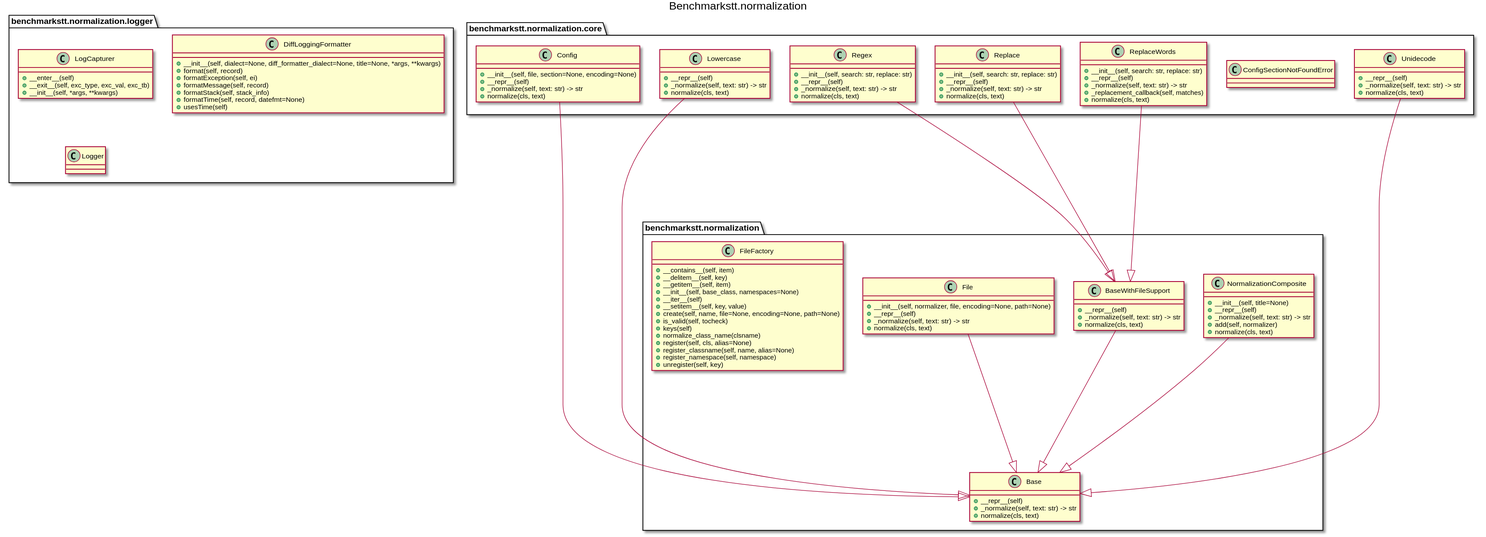
Earlier version of the PlantUML export docs/_static/uml/benchmarkstt.normalization.svg (ebu/benchmarkstt).
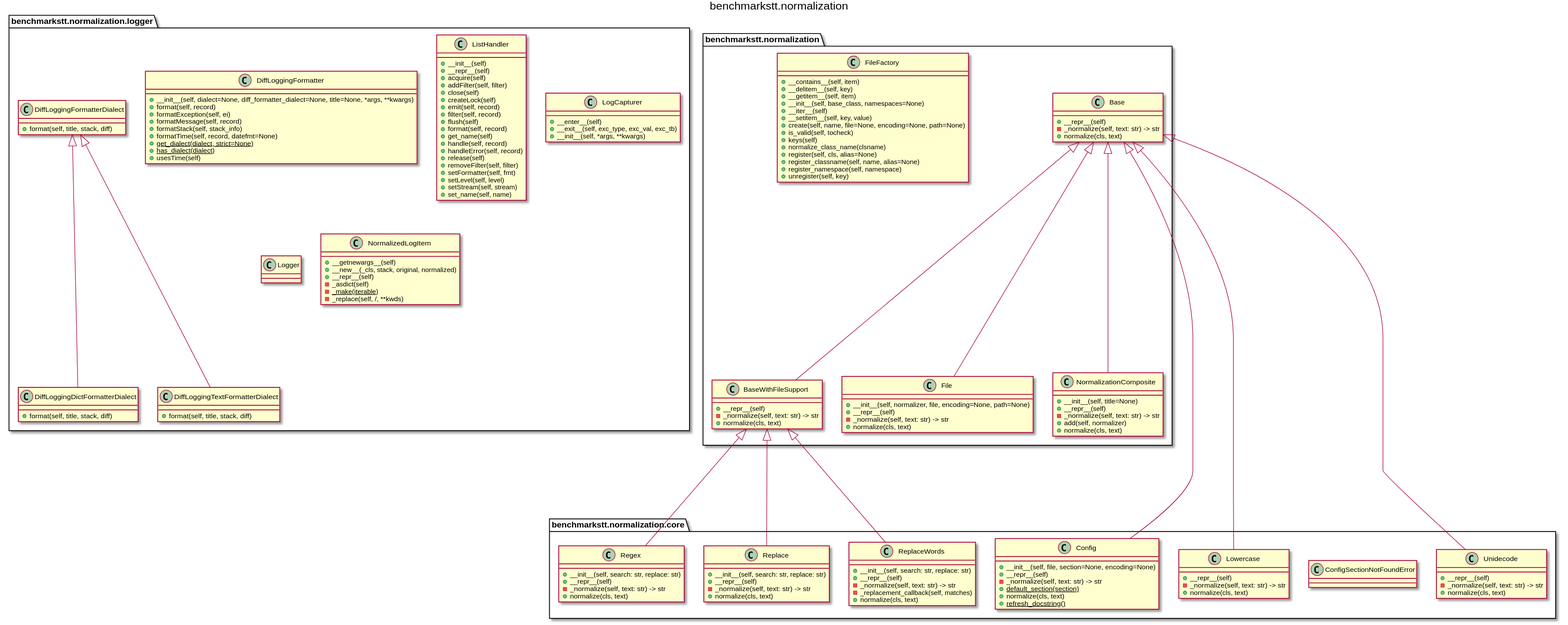
The same diagram one commit later.

Change to the diagram source:
```diff
@@ -1,121 +1,222 @@
 @startuml
-title Benchmarkstt.normalization
+
+title benchmarkstt.normalization
+
+package benchmarkstt.normalization {
+
+	class benchmarkstt.normalization.Base [[https://benchmarkstt.readthedocs.io/en/latest/modules/benchmarkstt.normalization.html#benchmarkstt.normalization.Base]] {
+		+__repr__(self)
+		-_normalize(self, text: str) -> str
+		+normalize(cls, text)
+	}
 
 
-class benchmarkstt.normalization.logger.LogCapturer [[https://benchmarkstt.readthedocs.io/en/latest/modules/benchmarkstt.normalization.logger.html#benchmarkstt.normalization.logger.LogCapturer]] {
-	+__enter__(self)
-	+__exit__(self, exc_type, exc_val, exc_tb)
-	+__init__(self, *args, **kwargs)
+	class benchmarkstt.normalization.BaseWithFileSupport [[https://benchmarkstt.readthedocs.io/en/latest/modules/benchmarkstt.normalization.html#benchmarkstt.normalization.BaseWithFileSupport]] {
+		+__repr__(self)
+		-_normalize(self, text: str) -> str
+		+normalize(cls, text)
+	}
+
+
+
+	class benchmarkstt.normalization.File [[https://benchmarkstt.readthedocs.io/en/latest/modules/benchmarkstt.normalization.html#benchmarkstt.normalization.File]] {
+		+__init__(self, normalizer, file, encoding=None, path=None)
+		+__repr__(self)
+		-_normalize(self, text: str) -> str
+		+normalize(cls, text)
+	}
+
+
+	class benchmarkstt.normalization.FileFactory [[https://benchmarkstt.readthedocs.io/en/latest/modules/benchmarkstt.normalization.html#benchmarkstt.normalization.FileFactory]] {
+		+__contains__(self, item)
+		+__delitem__(self, key)
+		+__getitem__(self, item)
+		+__init__(self, base_class, namespaces=None)
+		+__iter__(self)
+		+__setitem__(self, key, value)
+		+create(self, name, file=None, encoding=None, path=None)
+		+is_valid(self, tocheck)
+		+keys(self)
+		+normalize_class_name(clsname)
+		+register(self, cls, alias=None)
+		+register_classname(self, name, alias=None)
+		+register_namespace(self, namespace)
+		+unregister(self, key)
+	}
+
+
+	class benchmarkstt.normalization.NormalizationComposite [[https://benchmarkstt.readthedocs.io/en/latest/modules/benchmarkstt.normalization.html#benchmarkstt.normalization.NormalizationComposite]] {
+		+__init__(self, title=None)
+		+__repr__(self)
+		-_normalize(self, text: str) -> str
+		+add(self, normalizer)
+		+normalize(cls, text)
+	}
+
 }
 
-class benchmarkstt.normalization.logger.DiffLoggingFormatter [[https://benchmarkstt.readthedocs.io/en/latest/modules/benchmarkstt.normalization.logger.html#benchmarkstt.normalization.logger.DiffLoggingFormatter]] {
-	+__init__(self, dialect=None, diff_formatter_dialect=None, title=None, *args, **kwargs)
-	+format(self, record)
-	+formatException(self, ei)
-	+formatMessage(self, record)
-	+formatStack(self, stack_info)
-	+formatTime(self, record, datefmt=None)
-	+usesTime(self)
+package benchmarkstt.normalization {
+
+
+
+
+
+
 }
 
-class benchmarkstt.normalization.logger.Logger [[https://benchmarkstt.readthedocs.io/en/latest/modules/benchmarkstt.normalization.logger.html#benchmarkstt.normalization.logger.Logger]] {
+package benchmarkstt.normalization {
+
+
+
+
+
+
 }
 
-class benchmarkstt.normalization.NormalizationComposite [[https://benchmarkstt.readthedocs.io/en/latest/modules/benchmarkstt.normalization.html#benchmarkstt.normalization.NormalizationComposite]] {
-	+__init__(self, title=None)
-	+__repr__(self)
-	+_normalize(self, text: str) -> str
-	+add(self, normalizer)
-	+normalize(cls, text)
+package benchmarkstt.normalization.core {
+
+	class benchmarkstt.normalization.core.Config [[https://benchmarkstt.readthedocs.io/en/latest/modules/benchmarkstt.normalization.core.html#benchmarkstt.normalization.core.Config]] {
+		+__init__(self, file, section=None, encoding=None)
+		+__repr__(self)
+		-_normalize(self, text: str) -> str
+		{static} +default_section(section)
+		+normalize(cls, text)
+		{static} +refresh_docstring()
+	}
+
+
+	class benchmarkstt.normalization.core.ConfigSectionNotFoundError [[https://benchmarkstt.readthedocs.io/en/latest/modules/benchmarkstt.normalization.core.html#benchmarkstt.normalization.core.ConfigSectionNotFoundError]] {
+	}
+
+
+	class benchmarkstt.normalization.core.Lowercase [[https://benchmarkstt.readthedocs.io/en/latest/modules/benchmarkstt.normalization.core.html#benchmarkstt.normalization.core.Lowercase]] {
+		+__repr__(self)
+		-_normalize(self, text: str) -> str
+		+normalize(cls, text)
+	}
+
+
+	class benchmarkstt.normalization.core.Regex [[https://benchmarkstt.readthedocs.io/en/latest/modules/benchmarkstt.normalization.core.html#benchmarkstt.normalization.core.Regex]] {
+		+__init__(self, search: str, replace: str)
+		+__repr__(self)
+		-_normalize(self, text: str) -> str
+		+normalize(cls, text)
+	}
+
+
+	class benchmarkstt.normalization.core.Replace [[https://benchmarkstt.readthedocs.io/en/latest/modules/benchmarkstt.normalization.core.html#benchmarkstt.normalization.core.Replace]] {
+		+__init__(self, search: str, replace: str)
+		+__repr__(self)
+		-_normalize(self, text: str) -> str
+		+normalize(cls, text)
+	}
+
+
+	class benchmarkstt.normalization.core.ReplaceWords [[https://benchmarkstt.readthedocs.io/en/latest/modules/benchmarkstt.normalization.core.html#benchmarkstt.normalization.core.ReplaceWords]] {
+		+__init__(self, search: str, replace: str)
+		+__repr__(self)
+		-_normalize(self, text: str) -> str
+		-_replacement_callback(self, matches)
+		+normalize(cls, text)
+	}
+
+
+	class benchmarkstt.normalization.core.Unidecode [[https://benchmarkstt.readthedocs.io/en/latest/modules/benchmarkstt.normalization.core.html#benchmarkstt.normalization.core.Unidecode]] {
+		+__repr__(self)
+		-_normalize(self, text: str) -> str
+		+normalize(cls, text)
+	}
+
 }
 
-class benchmarkstt.normalization.Base [[https://benchmarkstt.readthedocs.io/en/latest/modules/benchmarkstt.normalization.html#benchmarkstt.normalization.Base]] {
-	+__repr__(self)
-	+_normalize(self, text: str) -> str
-	+normalize(cls, text)
+package benchmarkstt.normalization.logger {
+
+
+	class benchmarkstt.normalization.logger.DiffLoggingDictFormatterDialect [[https://benchmarkstt.readthedocs.io/en/latest/modules/benchmarkstt.normalization.logger.html#benchmarkstt.normalization.logger.DiffLoggingDictFormatterDialect]] {
+		+format(self, title, stack, diff)
+	}
+
+
+	class benchmarkstt.normalization.logger.DiffLoggingFormatter [[https://benchmarkstt.readthedocs.io/en/latest/modules/benchmarkstt.normalization.logger.html#benchmarkstt.normalization.logger.DiffLoggingFormatter]] {
+		+__init__(self, dialect=None, diff_formatter_dialect=None, title=None, *args, **kwargs)
+		+format(self, record)
+		+formatException(self, ei)
+		+formatMessage(self, record)
+		+formatStack(self, stack_info)
+		+formatTime(self, record, datefmt=None)
+		{static} +get_dialect(dialect, strict=None)
+		{static} +has_dialect(dialect)
+		+usesTime(self)
+	}
+
+
+	class benchmarkstt.normalization.logger.DiffLoggingFormatterDialect [[https://benchmarkstt.readthedocs.io/en/latest/modules/benchmarkstt.normalization.logger.html#benchmarkstt.normalization.logger.DiffLoggingFormatterDialect]] {
+		+format(self, title, stack, diff)
+	}
+
+
+	class benchmarkstt.normalization.logger.DiffLoggingTextFormatterDialect [[https://benchmarkstt.readthedocs.io/en/latest/modules/benchmarkstt.normalization.logger.html#benchmarkstt.normalization.logger.DiffLoggingTextFormatterDialect]] {
+		+format(self, title, stack, diff)
+	}
+
+
+	class benchmarkstt.normalization.logger.ListHandler [[https://benchmarkstt.readthedocs.io/en/latest/modules/benchmarkstt.normalization.logger.html#benchmarkstt.normalization.logger.ListHandler]] {
+		+__init__(self)
+		+__repr__(self)
+		+acquire(self)
+		+addFilter(self, filter)
+		+close(self)
+		+createLock(self)
+		+emit(self, record)
+		+filter(self, record)
+		+flush(self)
+		+format(self, record)
+		+get_name(self)
+		+handle(self, record)
+		+handleError(self, record)
+		+release(self)
+		+removeFilter(self, filter)
+		+setFormatter(self, fmt)
+		+setLevel(self, level)
+		+setStream(self, stream)
+		+set_name(self, name)
+	}
+
+
+	class benchmarkstt.normalization.logger.LogCapturer [[https://benchmarkstt.readthedocs.io/en/latest/modules/benchmarkstt.normalization.logger.html#benchmarkstt.normalization.logger.LogCapturer]] {
+		+__enter__(self)
+		+__exit__(self, exc_type, exc_val, exc_tb)
+		+__init__(self, *args, **kwargs)
+	}
+
+
+	class benchmarkstt.normalization.logger.Logger [[https://benchmarkstt.readthedocs.io/en/latest/modules/benchmarkstt.normalization.logger.html#benchmarkstt.normalization.logger.Logger]] {
+	}
+
+
+	class benchmarkstt.normalization.logger.NormalizedLogItem [[https://benchmarkstt.readthedocs.io/en/latest/modules/benchmarkstt.normalization.logger.html#benchmarkstt.normalization.logger.NormalizedLogItem]] {
+		+__getnewargs__(self)
+		+__new__(_cls, stack, original, normalized)
+		+__repr__(self)
+		-_asdict(self)
+		{static} -_make(iterable)
+		-_replace(self, /, **kwds)
+	}
+
+
 }
 
-class benchmarkstt.normalization.BaseWithFileSupport [[https://benchmarkstt.readthedocs.io/en/latest/modules/benchmarkstt.normalization.html#benchmarkstt.normalization.BaseWithFileSupport]] {
-	+__repr__(self)
-	+_normalize(self, text: str) -> str
-	+normalize(cls, text)
-}
 
-class benchmarkstt.normalization.File [[https://benchmarkstt.readthedocs.io/en/latest/modules/benchmarkstt.normalization.html#benchmarkstt.normalization.File]] {
-	+__init__(self, normalizer, file, encoding=None, path=None)
-	+__repr__(self)
-	+_normalize(self, text: str) -> str
-	+normalize(cls, text)
-}
+benchmarkstt.normalization.BaseWithFileSupport --up--|> benchmarkstt.normalization.Base
+benchmarkstt.normalization.File --up--|> benchmarkstt.normalization.Base
+benchmarkstt.normalization.NormalizationComposite --up--|> benchmarkstt.normalization.Base
+benchmarkstt.normalization.core.Config --up--|> benchmarkstt.normalization.Base
+benchmarkstt.normalization.core.Lowercase --up--|> benchmarkstt.normalization.Base
+benchmarkstt.normalization.core.Regex --up--|> benchmarkstt.normalization.BaseWithFileSupport
+benchmarkstt.normalization.core.Replace --up--|> benchmarkstt.normalization.BaseWithFileSupport
+benchmarkstt.normalization.core.ReplaceWords --up--|> benchmarkstt.normalization.BaseWithFileSupport
+benchmarkstt.normalization.core.Unidecode --up--|> benchmarkstt.normalization.Base
+benchmarkstt.normalization.logger.DiffLoggingDictFormatterDialect --up--|> benchmarkstt.normalization.logger.DiffLoggingFormatterDialect
+benchmarkstt.normalization.logger.DiffLoggingTextFormatterDialect --up--|> benchmarkstt.normalization.logger.DiffLoggingFormatterDialect
 
-class benchmarkstt.normalization.FileFactory [[https://benchmarkstt.readthedocs.io/en/latest/modules/benchmarkstt.normalization.html#benchmarkstt.normalization.FileFactory]] {
-	+__contains__(self, item)
-	+__delitem__(self, key)
-	+__getitem__(self, item)
-	+__init__(self, base_class, namespaces=None)
-	+__iter__(self)
-	+__setitem__(self, key, value)
-	+create(self, name, file=None, encoding=None, path=None)
-	+is_valid(self, tocheck)
-	+keys(self)
-	+normalize_class_name(clsname)
-	+register(self, cls, alias=None)
-	+register_classname(self, name, alias=None)
-	+register_namespace(self, namespace)
-	+unregister(self, key)
-}
-
-class benchmarkstt.normalization.core.Config [[https://benchmarkstt.readthedocs.io/en/latest/modules/benchmarkstt.normalization.core.html#benchmarkstt.normalization.core.Config]] {
-	+__init__(self, file, section=None, encoding=None)
-	+__repr__(self)
-	+_normalize(self, text: str) -> str
-	+normalize(cls, text)
-}
-
-class benchmarkstt.normalization.core.ConfigSectionNotFoundError [[https://benchmarkstt.readthedocs.io/en/latest/modules/benchmarkstt.normalization.core.html#benchmarkstt.normalization.core.ConfigSectionNotFoundError]] {
-}
-
-class benchmarkstt.normalization.core.Lowercase [[https://benchmarkstt.readthedocs.io/en/latest/modules/benchmarkstt.normalization.core.html#benchmarkstt.normalization.core.Lowercase]] {
-	+__repr__(self)
-	+_normalize(self, text: str) -> str
-	+normalize(cls, text)
-}
-
-class benchmarkstt.normalization.core.Regex [[https://benchmarkstt.readthedocs.io/en/latest/modules/benchmarkstt.normalization.core.html#benchmarkstt.normalization.core.Regex]] {
-	+__init__(self, search: str, replace: str)
-	+__repr__(self)
-	+_normalize(self, text: str) -> str
-	+normalize(cls, text)
-}
-
-class benchmarkstt.normalization.core.Replace [[https://benchmarkstt.readthedocs.io/en/latest/modules/benchmarkstt.normalization.core.html#benchmarkstt.normalization.core.Replace]] {
-	+__init__(self, search: str, replace: str)
-	+__repr__(self)
-	+_normalize(self, text: str) -> str
-	+normalize(cls, text)
-}
-
-class benchmarkstt.normalization.core.ReplaceWords [[https://benchmarkstt.readthedocs.io/en/latest/modules/benchmarkstt.normalization.core.html#benchmarkstt.normalization.core.ReplaceWords]] {
-	+__init__(self, search: str, replace: str)
-	+__repr__(self)
-	+_normalize(self, text: str) -> str
-	+_replacement_callback(self, matches)
-	+normalize(cls, text)
-}
-
-class benchmarkstt.normalization.core.Unidecode [[https://benchmarkstt.readthedocs.io/en/latest/modules/benchmarkstt.normalization.core.html#benchmarkstt.normalization.core.Unidecode]] {
-	+__repr__(self)
-	+_normalize(self, text: str) -> str
-	+normalize(cls, text)
-}
-
-benchmarkstt.normalization.NormalizationComposite ----|> benchmarkstt.normalization.Base
-benchmarkstt.normalization.BaseWithFileSupport ----|> benchmarkstt.normalization.Base
-benchmarkstt.normalization.File ----|> benchmarkstt.normalization.Base
-benchmarkstt.normalization.core.Config ----|> benchmarkstt.normalization.Base
-benchmarkstt.normalization.core.Lowercase ----|> benchmarkstt.normalization.Base
-benchmarkstt.normalization.core.Regex ----|> benchmarkstt.normalization.BaseWithFileSupport
-benchmarkstt.normalization.core.Replace ----|> benchmarkstt.normalization.BaseWithFileSupport
-benchmarkstt.normalization.core.ReplaceWords ----|> benchmarkstt.normalization.BaseWithFileSupport
-benchmarkstt.normalization.core.Unidecode ----|> benchmarkstt.normalization.Base
 @enduml
```
